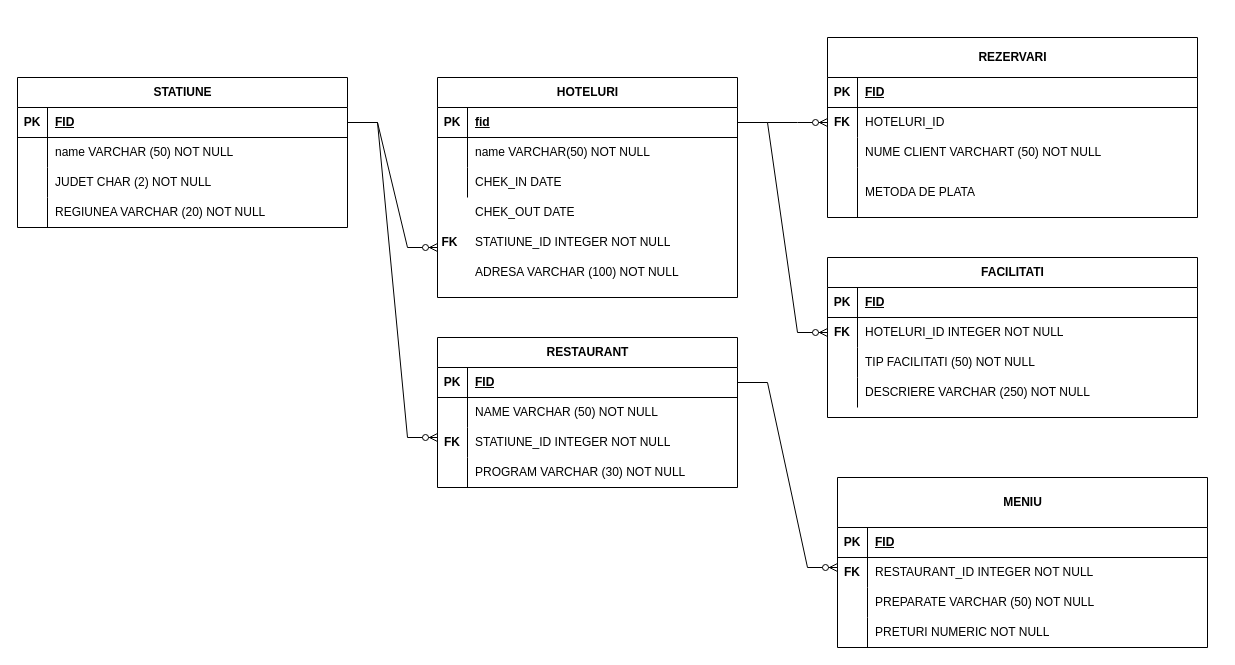
The draw.io diagram Diagramă fără titlu.drawio in MaticA26/Statiunea_corbu, before the edit. Source tidied: cells renumbered, new cells numbered last; positions are measured from the earlier drawing's top-left corner, leaving out a move shared by most shapes. Both pictures are drawn from the tidied source at 100%, with x=0, y=0 at pixel (17, 37).
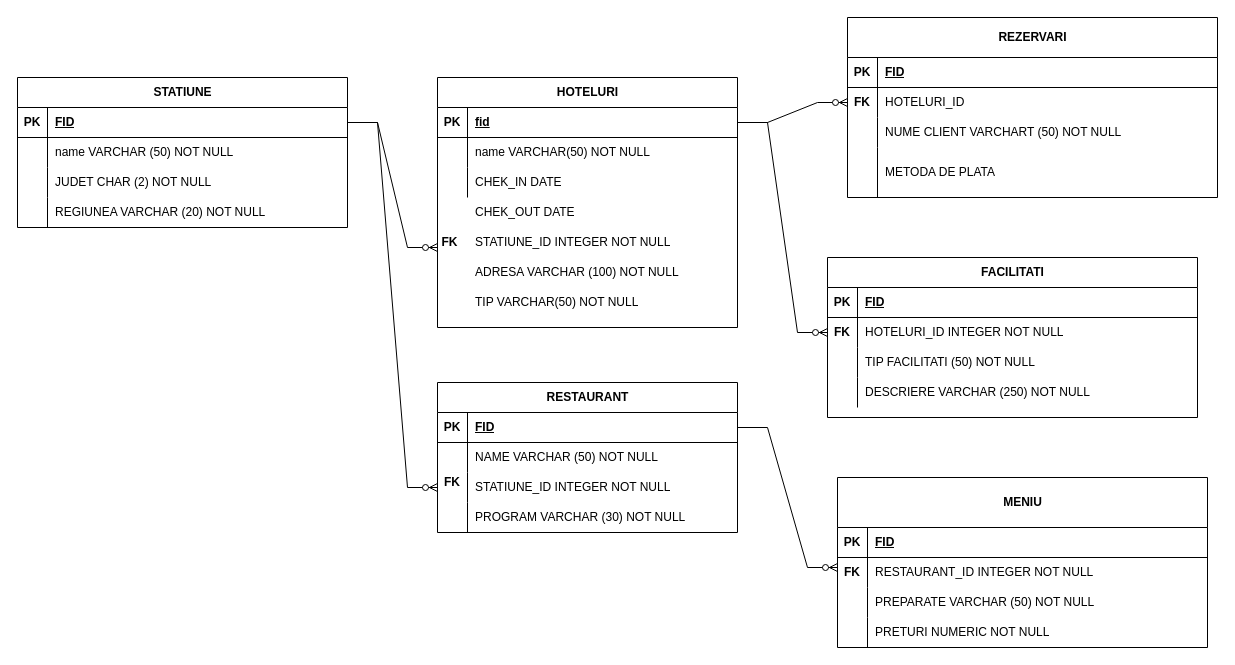
The same diagram, later.

The change refers to these unchanged cells:
```xml
<mxCell id="3" style="shape=tableRow;horizontal=0;startSize=0;swimlaneHead=0;swimlaneBody=0;fillColor=none;points=[[0,0.5],[1,0.5]];portConstraint=eastwest;top=0;left=0;right=0;bottom=1;" parent="2" vertex="1">
  <mxGeometry y="30" width="330" height="30" as="geometry" />
</mxCell>
<mxCell id="22" style="shape=tableRow;horizontal=0;startSize=0;swimlaneHead=0;swimlaneBody=0;fillColor=none;points=[[0,0.5],[1,0.5]];portConstraint=eastwest;top=0;left=0;right=0;bottom=0;" parent="15" vertex="1">
  <mxGeometry y="90" width="300" height="30" as="geometry" />
</mxCell>
```

What changed in the source:
```diff
@@
     <mxCell id="15" value="RESTAURANT" style="shape=table;startSize=30;childLayout=tableLayout;rowLines=0;fontStyle=1;align=center;html=1;" parent="1" vertex="1">
-      <mxGeometry x="420" y="300" width="300" height="150" as="geometry" />
+      <mxGeometry x="420" y="345" width="300" height="150" as="geometry" />
     </mxCell>
@@
     <mxCell id="41" value="REZERVARI" style="shape=table;startSize=40;childLayout=tableLayout;rowLines=0;fontStyle=1;align=center;html=1;" parent="1" vertex="1">
-      <mxGeometry x="810" width="370" height="180" as="geometry" />
+      <mxGeometry x="830" y="-20" width="370" height="180" as="geometry" />
     </mxCell>
@@
     <mxCell id="55" value="HOTELURI" style="shape=table;startSize=30;childLayout=tableLayout;rowLines=0;fontStyle=1;align=center;html=1;" parent="1" vertex="1">
-      <mxGeometry x="420" y="40" width="300" height="220" as="geometry" />
+      <mxGeometry x="420" y="40" width="300" height="250" as="geometry" />
     </mxCell>
@@
     <mxCell id="69" value="FK" style="shape=partialRectangle;fillColor=none;top=0;left=0;bottom=0;right=0;fontStyle=1;overflow=hidden;whiteSpace=wrap;html=1;" parent="1" vertex="1">
-      <mxGeometry x="420" y="390" width="30" height="30" as="geometry" />
+      <mxGeometry x="420" y="430" width="30" height="30" as="geometry" />
     </mxCell>
-    <mxCell id="70" style="edgeStyle=entityRelationEdgeStyle;fontSize=12;html=1;endArrow=ERzeroToMany;endFill=1;rounded=0;exitX=1;exitY=0.5;exitDx=0;exitDy=0;" parent="1" edge="1" source="3">
-      <mxGeometry relative="1" as="geometry">
-        <mxPoint x="420" y="400" as="targetPoint" />
-      </mxGeometry>
+    <mxCell id="70" style="edgeStyle=entityRelationEdgeStyle;fontSize=12;html=1;endArrow=ERzeroToMany;endFill=1;rounded=0;exitX=1;exitY=0.5;exitDx=0;exitDy=0;entryX=0;entryY=0.5;entryDx=0;entryDy=0;" parent="1" edge="1" source="3" target="22">
+      <mxGeometry relative="1" as="geometry" />
     </mxCell>
@@
     <mxCell id="74" value="FK" style="shape=partialRectangle;fillColor=none;top=0;left=0;bottom=0;right=0;fontStyle=1;overflow=hidden;whiteSpace=wrap;html=1;" parent="1" vertex="1">
-      <mxGeometry x="810" y="70" width="30" height="30" as="geometry" />
+      <mxGeometry x="830" y="50" width="30" height="30" as="geometry" />
     </mxCell>
@@
+    <mxCell id="91" value="TIP VARCHAR(50) NOT NULL" style="shape=partialRectangle;fillColor=none;top=0;left=0;bottom=0;right=0;align=left;spacingLeft=6;overflow=hidden;whiteSpace=wrap;html=1;" parent="1" vertex="1">
+      <mxGeometry x="450" y="250" width="270" height="30" as="geometry" />
+    </mxCell>
```
